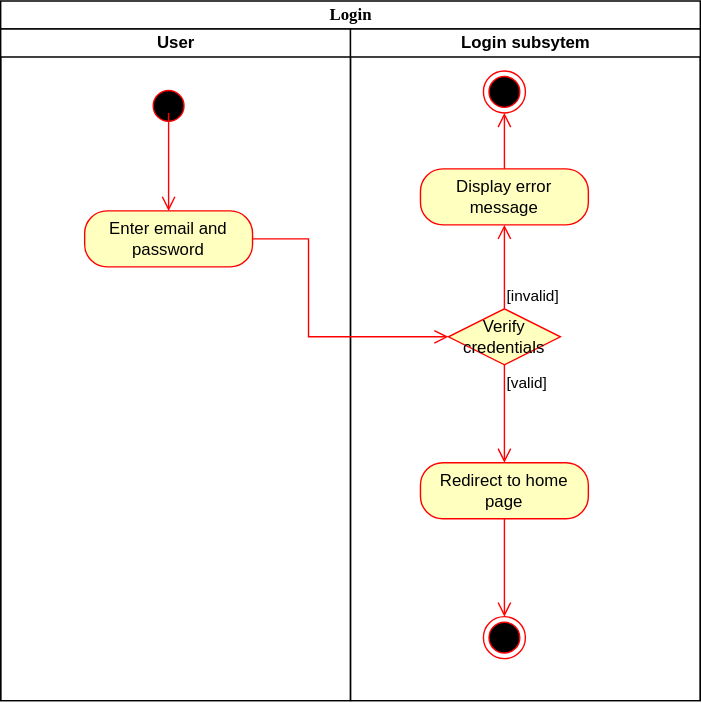
Before: Login Activity Diagram.svg, a diagram exported from draw.io (Simamkele88/IFM3_GP). Source tidied: cells renumbered, new cells last; positions are measured from the earlier drawing's top-left corner, leaving out a move shared by most shapes.
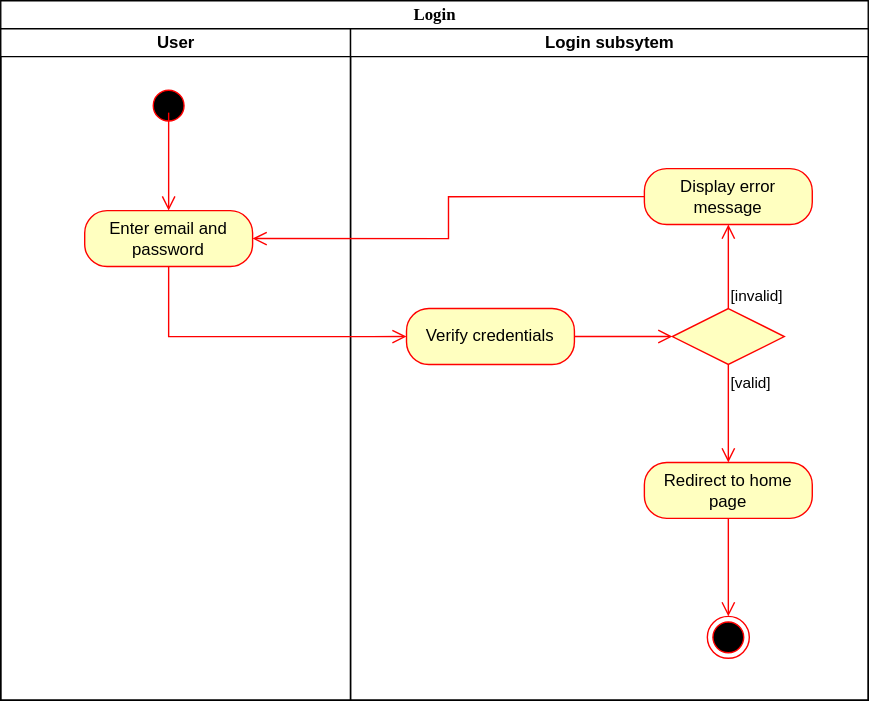
The same diagram one commit later.

Change to the diagram source:
```diff
@@ -3,7 +3,7 @@
     <mxCell id="0" />
     <mxCell id="1" parent="0" />
     <mxCell id="2" value="Login" style="swimlane;html=1;startSize=20;rounded=0;shadow=0;comic=0;labelBackgroundColor=none;strokeWidth=1;fontFamily=Verdana;fontSize=12;align=center;" parent="1" vertex="1">
-      <mxGeometry width="500" height="500" as="geometry" />
+      <mxGeometry width="620" height="500" as="geometry" />
     </mxCell>
     <mxCell id="3" value="User" style="swimlane;html=1;startSize=20;" parent="2" vertex="1">
       <mxGeometry y="20" width="250" height="480" as="geometry" />
@@ -18,10 +18,10 @@
       <mxGeometry relative="1" as="geometry" />
     </mxCell>
     <mxCell id="7" value="Login subsytem" style="swimlane;html=1;startSize=20;" parent="2" vertex="1">
-      <mxGeometry x="250" y="20" width="250" height="480" as="geometry" />
+      <mxGeometry x="250" y="20" width="370" height="480" as="geometry" />
     </mxCell>
-    <mxCell id="8" value="Verify credentials" style="rhombus;whiteSpace=wrap;html=1;fontColor=#000000;fillColor=#ffffc0;strokeColor=#ff0000;" parent="7" vertex="1">
-      <mxGeometry x="70" y="200" width="80" height="40" as="geometry" />
+    <mxCell id="8" style="rhombus;whiteSpace=wrap;html=1;fontColor=#000000;fillColor=#ffffc0;strokeColor=#ff0000;" parent="7" vertex="1">
+      <mxGeometry x="230" y="200" width="80" height="40" as="geometry" />
     </mxCell>
     <mxCell id="9" value="[invalid]" style="edgeStyle=orthogonalEdgeStyle;html=1;align=left;verticalAlign=bottom;endArrow=open;endSize=8;strokeColor=#ff0000;rounded=0;exitX=0.5;exitY=0;exitDx=0;exitDy=0;entryX=0.5;entryY=1;entryDx=0;entryDy=0;" parent="7" edge="1" source="8" target="11">
       <mxGeometry x="-1" relative="1" as="geometry" />
@@ -30,30 +30,33 @@
       <mxGeometry x="-1" relative="1" as="geometry" />
     </mxCell>
     <mxCell id="11" value="Display error message" style="rounded=1;whiteSpace=wrap;html=1;arcSize=40;fontColor=#000000;fillColor=#ffffc0;strokeColor=#ff0000;" parent="7" vertex="1">
-      <mxGeometry x="50" y="100" width="120" height="40" as="geometry" />
+      <mxGeometry x="210" y="100" width="120" height="40" as="geometry" />
     </mxCell>
-    <mxCell id="12" style="edgeStyle=orthogonalEdgeStyle;html=1;verticalAlign=bottom;endArrow=open;endSize=8;strokeColor=#ff0000;rounded=0;exitX=0.5;exitY=0;exitDx=0;exitDy=0;entryX=0.5;entryY=1;entryDx=0;entryDy=0;" parent="7" edge="1" source="11" target="13">
-      <mxGeometry relative="1" as="geometry" />
-    </mxCell>
-    <mxCell id="13" style="ellipse;html=1;shape=endState;fillColor=#000000;strokeColor=#ff0000;" parent="7" vertex="1">
-      <mxGeometry x="95" y="30" width="30" height="30" as="geometry" />
-    </mxCell>
     <mxCell id="14" value="Redirect to home page" style="rounded=1;whiteSpace=wrap;html=1;arcSize=40;fontColor=#000000;fillColor=#ffffc0;strokeColor=#ff0000;" parent="7" vertex="1">
-      <mxGeometry x="50" y="310" width="120" height="40" as="geometry" />
+      <mxGeometry x="210" y="310" width="120" height="40" as="geometry" />
     </mxCell>
     <mxCell id="15" style="edgeStyle=orthogonalEdgeStyle;html=1;verticalAlign=bottom;endArrow=open;endSize=8;strokeColor=#ff0000;rounded=0;entryX=0.5;entryY=0;entryDx=0;entryDy=0;" parent="7" edge="1" source="14" target="16">
       <mxGeometry relative="1" as="geometry" />
     </mxCell>
     <mxCell id="16" style="ellipse;html=1;shape=endState;fillColor=#000000;strokeColor=#ff0000;" parent="7" vertex="1">
-      <mxGeometry x="95" y="420" width="30" height="30" as="geometry" />
+      <mxGeometry x="255" y="420" width="30" height="30" as="geometry" />
     </mxCell>
+    <mxCell id="18" value="Verify credentials" style="rounded=1;whiteSpace=wrap;html=1;arcSize=40;fontColor=#000000;fillColor=#ffffc0;strokeColor=#ff0000;" parent="7" vertex="1">
+      <mxGeometry x="40" y="200" width="120" height="40" as="geometry" />
+    </mxCell>
+    <mxCell id="19" style="edgeStyle=orthogonalEdgeStyle;html=1;verticalAlign=bottom;endArrow=open;endSize=8;strokeColor=#ff0000;rounded=0;exitX=1;exitY=0.5;exitDx=0;exitDy=0;" parent="7" edge="1" source="18" target="8">
+      <mxGeometry relative="1" as="geometry" />
+    </mxCell>
-    <mxCell id="17" style="edgeStyle=orthogonalEdgeStyle;html=1;verticalAlign=bottom;endArrow=open;endSize=8;strokeColor=#ff0000;rounded=0;exitX=1;exitY=0.5;exitDx=0;exitDy=0;entryX=0;entryY=0.5;entryDx=0;entryDy=0;" parent="2" edge="1" source="4" target="8">
+    <mxCell id="17" style="edgeStyle=orthogonalEdgeStyle;html=1;verticalAlign=bottom;endArrow=open;endSize=8;strokeColor=#ff0000;rounded=0;exitX=0.5;exitY=1;exitDx=0;exitDy=0;entryX=0;entryY=0.5;entryDx=0;entryDy=0;" parent="2" edge="1" source="4" target="18">
       <mxGeometry relative="1" as="geometry">
         <Array as="points">
-          <mxPoint x="220" y="170" />
-          <mxPoint x="220" y="240" />
+          <mxPoint x="120" y="240" />
+          <mxPoint x="265" y="240" />
         </Array>
       </mxGeometry>
     </mxCell>
+    <mxCell id="12" style="edgeStyle=orthogonalEdgeStyle;html=1;verticalAlign=bottom;endArrow=open;endSize=8;strokeColor=#ff0000;rounded=0;exitX=0;exitY=0.5;exitDx=0;exitDy=0;entryX=1;entryY=0.5;entryDx=0;entryDy=0;" parent="2" edge="1" source="11" target="4">
+      <mxGeometry relative="1" as="geometry" />
+    </mxCell>
   </root>
 </mxGraphModel>
```
